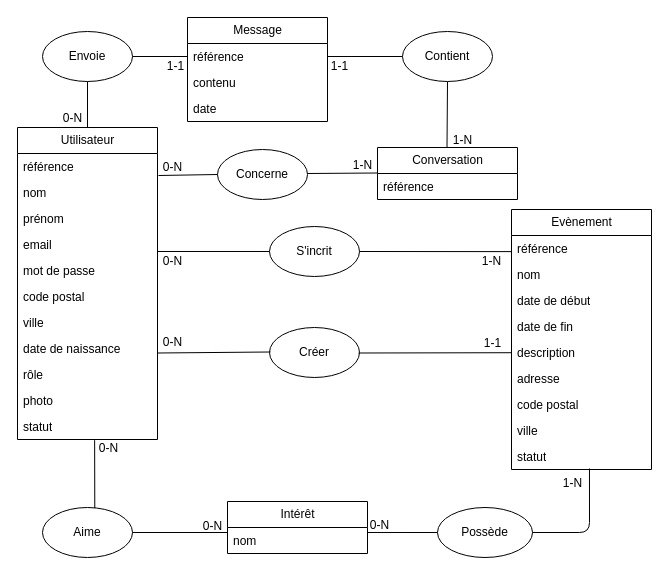
Above: conception/database_modelling/MCD/mcd.drawio in LunaireFlare/orizon (draw.io), before the change. Source tidied: cells renumbered, new cells numbered last; positions are measured from the earlier drawing's top-left corner, leaving out a move shared by most shapes. Both pictures are drawn from the tidied source at 100%, with x=0, y=0 at pixel (17, 17).
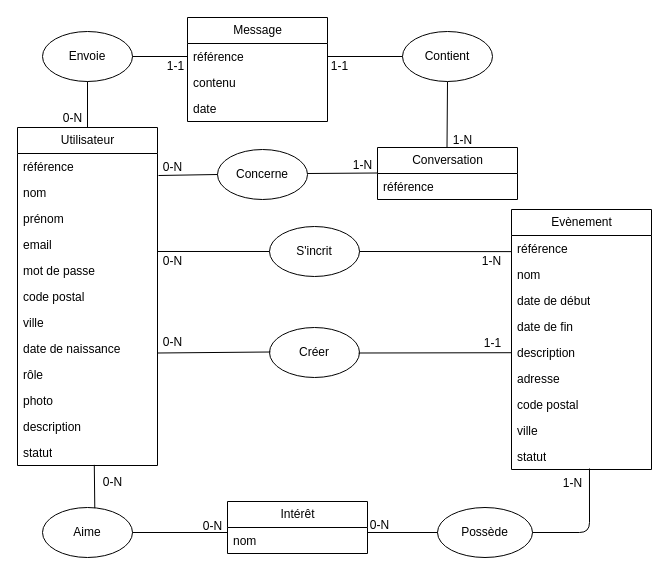
After the change.

Commit message (it also covers changes not shown here):
docs : add description into the table user

Unchanged cells that the change refers to:
```xml
<mxCell id="57" value="Aime" style="ellipse;whiteSpace=wrap;html=1;" parent="1" vertex="1">
  <mxGeometry x="25" y="490" width="90" height="50" as="geometry" />
</mxCell>
```

Change to the diagram source:
```diff
@@
     <mxCell id="2" value="Utilisateur" style="swimlane;fontStyle=0;horizontal=1;startSize=26;fillColor=none;html=1;" parent="1" vertex="1">
-      <mxGeometry y="110" width="140" height="312" as="geometry" />
+      <mxGeometry y="110" width="140" height="338" as="geometry" />
     </mxCell>
@@
-    <mxCell id="13" value="statut" style="text;strokeColor=none;fillColor=none;align=left;verticalAlign=top;spacingLeft=4;spacingRight=4;overflow=hidden;points=[[0,0.5],[1,0.5]];portConstraint=eastwest;whiteSpace=wrap;html=1;" parent="2" vertex="1">
+    <mxCell id="13" value="description" style="text;strokeColor=none;fillColor=none;align=left;verticalAlign=top;spacingLeft=4;spacingRight=4;overflow=hidden;points=[[0,0.5],[1,0.5]];portConstraint=eastwest;whiteSpace=wrap;html=1;" parent="2" vertex="1">
       <mxGeometry y="286" width="140" height="26" as="geometry" />
     </mxCell>
+    <mxCell id="67" value="statut" style="text;strokeColor=none;fillColor=none;align=left;verticalAlign=top;spacingLeft=4;spacingRight=4;overflow=hidden;whiteSpace=wrap;html=1;" parent="2" vertex="1">
+      <mxGeometry y="312" width="140" height="26" as="geometry" />
+    </mxCell>
@@
-    <mxCell id="58" style="endArrow=none;html=1;exitX=0.581;exitY=0.013;exitDx=0;exitDy=0;exitPerimeter=0;entryX=0.551;entryY=1.027;entryDx=0;entryDy=0;entryPerimeter=0;" parent="1" edge="1" source="57" target="13">
+    <mxCell id="58" style="endArrow=none;html=1;exitX=0.581;exitY=0.013;exitDx=0;exitDy=0;exitPerimeter=0;entryX=0.045;entryY=-0.087;entryDx=0;entryDy=0;entryPerimeter=0;" parent="1" edge="1" source="57" target="60">
       <mxGeometry relative="1" as="geometry" />
     </mxCell>
@@
     <mxCell id="60" value="&lt;span style=&quot;color: rgb(0, 0, 0);&quot;&gt;0-N&lt;/span&gt;" style="text;html=1;align=center;verticalAlign=middle;points=[];strokeColor=none;fillColor=none;" parent="1" vertex="1">
-      <mxGeometry x="71" y="416" width="40" height="30" as="geometry" />
+      <mxGeometry x="75" y="450" width="40" height="30" as="geometry" />
     </mxCell>
```
